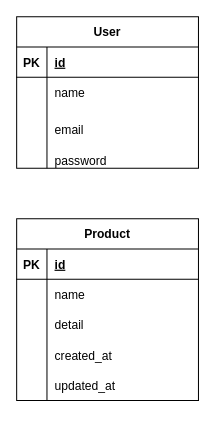
This is architecture/db.drawio from ISAWASHUN/laravel-ec-site, a draw.io file, before an edit. Source tidied: cells renumbered, new cells numbered last; positions are measured from the earlier drawing's top-left corner, leaving out a move shared by most shapes. Both pictures are drawn from the tidied source at 101%, with x=0, y=0 at pixel (16, 16).
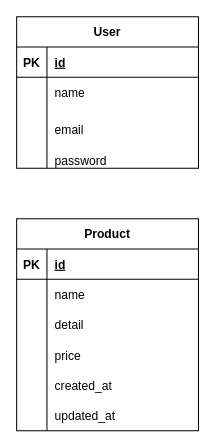
Above is the later version.

Commit message:
Productテーブルにpriceを追加

Change to the diagram source:
```diff
@@
     <mxCell id="15" value="Product" style="shape=table;startSize=30;childLayout=tableLayout;rowLines=0;fontStyle=1;align=center;" parent="1" vertex="1">
-      <mxGeometry y="200" width="180" height="180" as="geometry" />
+      <mxGeometry y="200" width="180" height="210" as="geometry" />
     </mxCell>
@@
+    <mxCell id="31" style="shape=tableRow;horizontal=0;startSize=0;swimlaneHead=0;swimlaneBody=0;fillColor=none;top=0;left=0;right=0;bottom=0;" parent="15" vertex="1">
+      <mxGeometry y="120" width="180" height="30" as="geometry" />
+    </mxCell>
+    <mxCell id="32" style="shape=partialRectangle;fillColor=none;top=0;left=0;bottom=0;right=0;overflow=hidden;" parent="31" vertex="1">
+      <mxGeometry width="30" height="30" as="geometry" />
+    </mxCell>
+    <mxCell id="33" value="price" style="shape=partialRectangle;fillColor=none;top=0;left=0;bottom=0;right=0;align=left;spacingLeft=6;overflow=hidden;" parent="31" vertex="1">
+      <mxGeometry x="30" width="150" height="30" as="geometry" />
+    </mxCell>
     <mxCell id="25" style="shape=tableRow;horizontal=0;startSize=0;swimlaneHead=0;swimlaneBody=0;fillColor=none;top=0;left=0;right=0;bottom=0;" parent="15" vertex="1">
-      <mxGeometry y="120" width="180" height="30" as="geometry" />
+      <mxGeometry y="150" width="180" height="30" as="geometry" />
     </mxCell>
@@
     <mxCell id="28" style="shape=tableRow;horizontal=0;startSize=0;swimlaneHead=0;swimlaneBody=0;fillColor=none;top=0;left=0;right=0;bottom=0;" parent="15" vertex="1">
-      <mxGeometry y="150" width="180" height="30" as="geometry" />
+      <mxGeometry y="180" width="180" height="30" as="geometry" />
     </mxCell>
```
